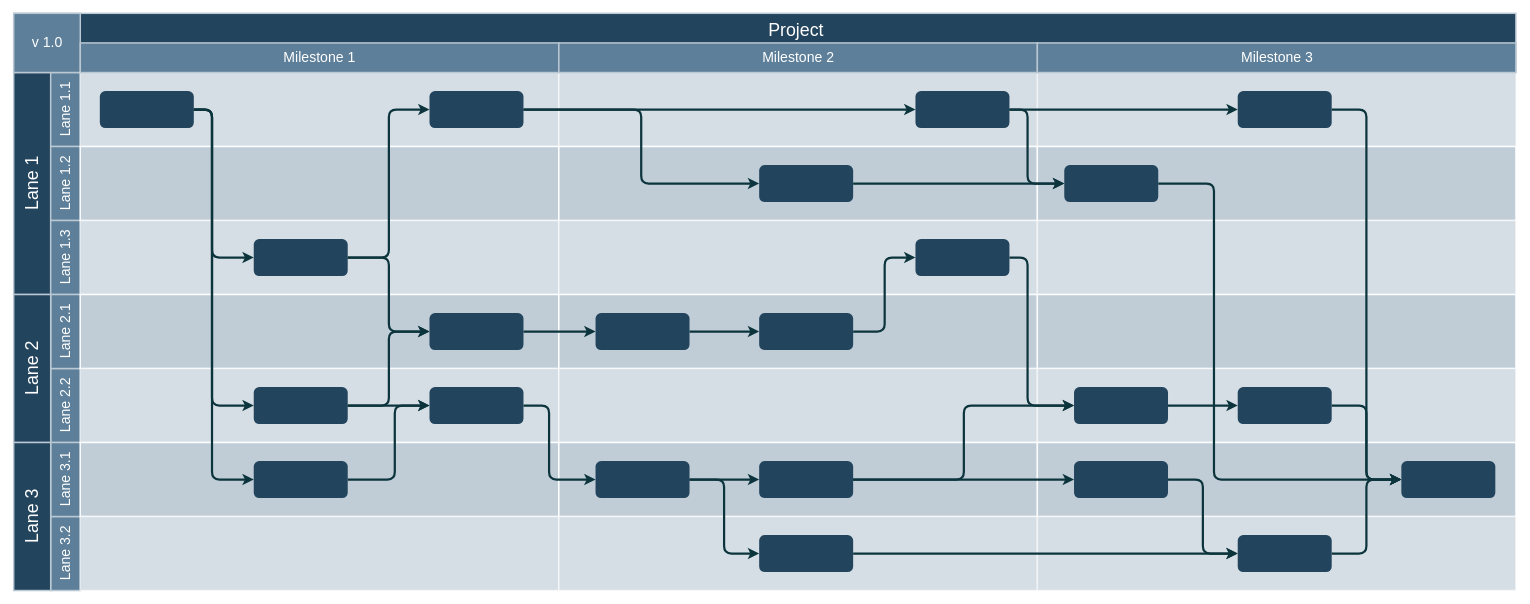
Before: Untitled Diagram.drawio in aamccormack/diagram, a draw.io diagram. Source tidied: cells renumbered, new cells numbered last; positions are measured from the earlier drawing's top-left corner, leaving out a move shared by most shapes. Both pictures are drawn from the tidied source at 74%, with x=0, y=0 at pixel (13, 13).
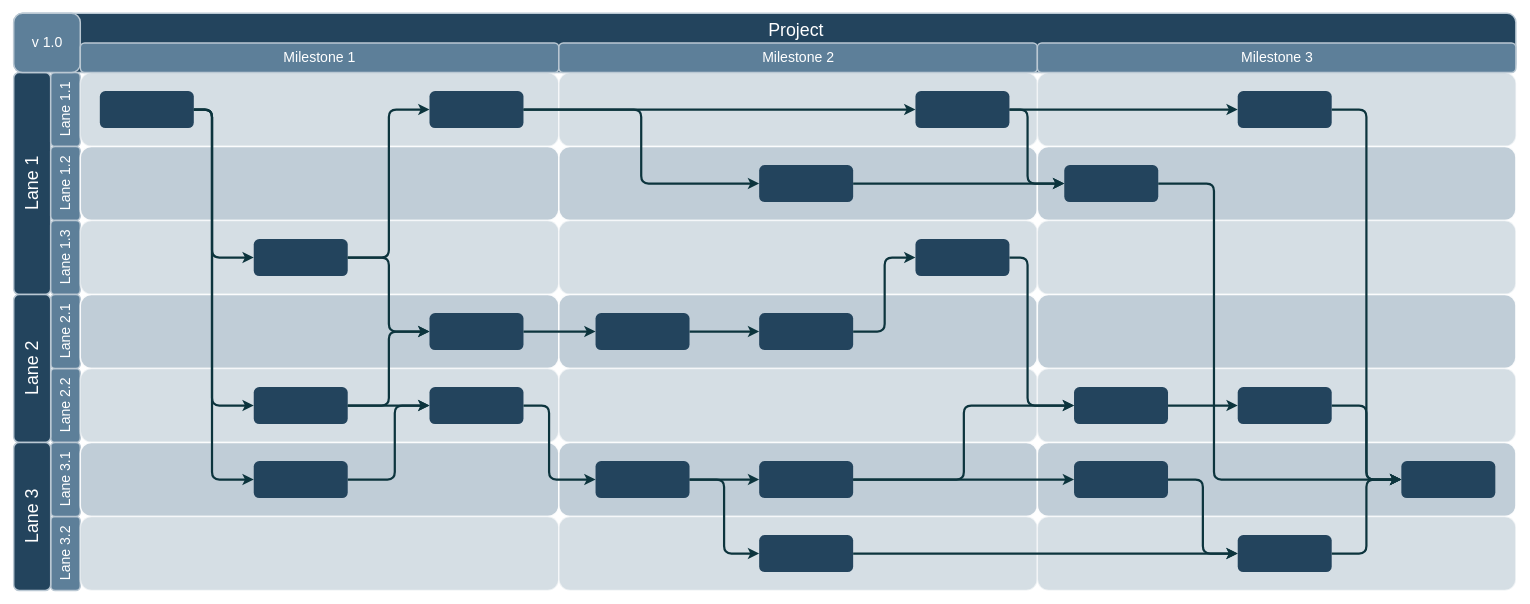
The same page after the edit.

Commit message:
edit test to see if automatic commits work

What changed in the source:
```diff
@@
-    <mxCell id="2" value="Project&#10;" style="strokeColor=#BAC8D3;fillColor=#23445D;fontSize=24;strokeWidth=2;fontFamily=Helvetica;html=1;fontColor=#FFFFFF;fontStyle=0;spacingBottom=8;spacingRight=0;spacingLeft=83;" parent="1" vertex="1">
+    <mxCell id="2" value="Project&#10;" style="strokeColor=#BAC8D3;fillColor=#23445D;fontSize=24;strokeWidth=2;fontFamily=Helvetica;html=1;fontColor=#FFFFFF;fontStyle=0;spacingBottom=8;spacingRight=0;spacingLeft=83;rounded=1;" parent="1" vertex="1">
       <mxGeometry y="0.5" width="2030" height="80" as="geometry" />
     </mxCell>
-    <mxCell id="3" value="Lane 1" style="strokeColor=#BAC8D3;fillColor=#23445D;fontSize=24;strokeWidth=2;horizontal=0;fontFamily=Helvetica;html=1;fontColor=#FFFFFF;fontStyle=0;" parent="1" vertex="1">
+    <mxCell id="3" value="Lane 1" style="strokeColor=#BAC8D3;fillColor=#23445D;fontSize=24;strokeWidth=2;horizontal=0;fontFamily=Helvetica;html=1;fontColor=#FFFFFF;fontStyle=0;rounded=1;" parent="1" vertex="1">
       <mxGeometry y="80.5" width="50" height="300" as="geometry" />
     </mxCell>
-    <mxCell id="4" value="Lane 1.1" style="strokeColor=#BAC8D3;fillColor=#5d7f99;fontSize=19;strokeWidth=2;horizontal=0;fontFamily=Helvetica;html=1;labelBackgroundColor=none;fontColor=#FFFFFF;" parent="1" vertex="1">
+    <mxCell id="4" value="Lane 1.1" style="strokeColor=#BAC8D3;fillColor=#5d7f99;fontSize=19;strokeWidth=2;horizontal=0;fontFamily=Helvetica;html=1;labelBackgroundColor=none;fontColor=#FFFFFF;rounded=1;" parent="1" vertex="1">
       <mxGeometry x="50" y="80.5" width="40" height="100" as="geometry" />
     </mxCell>
-    <mxCell id="5" value="v 1.0" style="strokeColor=#BAC8D3;fillColor=#5d7f99;fontSize=19;strokeWidth=2;fontFamily=Helvetica;html=1;labelBackgroundColor=none;fontColor=#FFFFFF;" parent="1" vertex="1">
+    <mxCell id="5" value="v 1.0" style="strokeColor=#BAC8D3;fillColor=#5d7f99;fontSize=19;strokeWidth=2;fontFamily=Helvetica;html=1;labelBackgroundColor=none;fontColor=#FFFFFF;rounded=1;" parent="1" vertex="1">
       <mxGeometry y="0.5" width="90" height="80" as="geometry" />
     </mxCell>
-    <mxCell id="6" value="Lane 1.2" style="strokeColor=#BAC8D3;fillColor=#5d7f99;fontSize=19;strokeWidth=2;horizontal=0;fontFamily=Helvetica;html=1;labelBackgroundColor=none;fontColor=#FFFFFF;" parent="1" vertex="1">
+    <mxCell id="6" value="Lane 1.2" style="strokeColor=#BAC8D3;fillColor=#5d7f99;fontSize=19;strokeWidth=2;horizontal=0;fontFamily=Helvetica;html=1;labelBackgroundColor=none;fontColor=#FFFFFF;rounded=1;" parent="1" vertex="1">
       <mxGeometry x="50" y="180.5" width="40" height="100" as="geometry" />
     </mxCell>
-    <mxCell id="7" value="Lane 1.3" style="strokeColor=#BAC8D3;fillColor=#5d7f99;fontSize=19;strokeWidth=2;horizontal=0;fontFamily=Helvetica;html=1;labelBackgroundColor=none;fontColor=#FFFFFF;" parent="1" vertex="1">
+    <mxCell id="7" value="Lane 1.3" style="strokeColor=#BAC8D3;fillColor=#5d7f99;fontSize=19;strokeWidth=2;horizontal=0;fontFamily=Helvetica;html=1;labelBackgroundColor=none;fontColor=#FFFFFF;rounded=1;" parent="1" vertex="1">
       <mxGeometry x="50" y="280.5" width="40" height="100" as="geometry" />
     </mxCell>
-    <mxCell id="8" value="Lane 2.2" style="strokeColor=#BAC8D3;fillColor=#5d7f99;fontSize=19;strokeWidth=2;horizontal=0;fontFamily=Helvetica;html=1;labelBackgroundColor=none;fontColor=#FFFFFF;" parent="1" vertex="1">
+    <mxCell id="8" value="Lane 2.2" style="strokeColor=#BAC8D3;fillColor=#5d7f99;fontSize=19;strokeWidth=2;horizontal=0;fontFamily=Helvetica;html=1;labelBackgroundColor=none;fontColor=#FFFFFF;rounded=1;" parent="1" vertex="1">
       <mxGeometry x="50" y="480.5" width="40" height="100" as="geometry" />
     </mxCell>
-    <mxCell id="9" value="Lane 2.1" style="strokeColor=#BAC8D3;fillColor=#5d7f99;fontSize=19;strokeWidth=2;horizontal=0;fontFamily=Helvetica;html=1;labelBackgroundColor=none;fontColor=#FFFFFF;" parent="1" vertex="1">
+    <mxCell id="9" value="Lane 2.1" style="strokeColor=#BAC8D3;fillColor=#5d7f99;fontSize=19;strokeWidth=2;horizontal=0;fontFamily=Helvetica;html=1;labelBackgroundColor=none;fontColor=#FFFFFF;rounded=1;" parent="1" vertex="1">
       <mxGeometry x="50" y="380.5" width="40" height="100" as="geometry" />
     </mxCell>
-    <mxCell id="10" value="Lane 2" style="strokeColor=#BAC8D3;fillColor=#23445D;fontSize=24;strokeWidth=2;horizontal=0;fontFamily=Helvetica;html=1;fontColor=#FFFFFF;fontStyle=0;" parent="1" vertex="1">
+    <mxCell id="10" value="Lane 2" style="strokeColor=#BAC8D3;fillColor=#23445D;fontSize=24;strokeWidth=2;horizontal=0;fontFamily=Helvetica;html=1;fontColor=#FFFFFF;fontStyle=0;rounded=1;" parent="1" vertex="1">
       <mxGeometry y="380.5" width="50" height="200" as="geometry" />
     </mxCell>
-    <mxCell id="11" value="Lane 3.2" style="strokeColor=#BAC8D3;fillColor=#5d7f99;fontSize=19;strokeWidth=2;horizontal=0;fontFamily=Helvetica;html=1;labelBackgroundColor=none;fontColor=#FFFFFF;" parent="1" vertex="1">
+    <mxCell id="11" value="Lane 3.2" style="strokeColor=#BAC8D3;fillColor=#5d7f99;fontSize=19;strokeWidth=2;horizontal=0;fontFamily=Helvetica;html=1;labelBackgroundColor=none;fontColor=#FFFFFF;rounded=1;" parent="1" vertex="1">
       <mxGeometry x="50" y="680.5" width="40" height="100" as="geometry" />
     </mxCell>
-    <mxCell id="12" value="Lane 3.1" style="strokeColor=#BAC8D3;fillColor=#5d7f99;fontSize=19;strokeWidth=2;horizontal=0;fontFamily=Helvetica;html=1;labelBackgroundColor=none;fontColor=#FFFFFF;" parent="1" vertex="1">
+    <mxCell id="12" value="Lane 3.1" style="strokeColor=#BAC8D3;fillColor=#5d7f99;fontSize=19;strokeWidth=2;horizontal=0;fontFamily=Helvetica;html=1;labelBackgroundColor=none;fontColor=#FFFFFF;rounded=1;" parent="1" vertex="1">
       <mxGeometry x="50" y="580.5" width="40" height="100" as="geometry" />
     </mxCell>
-    <mxCell id="13" value="Lane 3" style="strokeColor=#BAC8D3;fillColor=#23445D;fontSize=24;strokeWidth=2;horizontal=0;fontFamily=Helvetica;html=1;fontColor=#FFFFFF;fontStyle=0;" parent="1" vertex="1">
+    <mxCell id="13" value="Lane 3" style="strokeColor=#BAC8D3;fillColor=#23445D;fontSize=24;strokeWidth=2;horizontal=0;fontFamily=Helvetica;html=1;fontColor=#FFFFFF;fontStyle=0;rounded=1;" parent="1" vertex="1">
       <mxGeometry y="580.5" width="50" height="200" as="geometry" />
     </mxCell>
-    <mxCell id="14" style="strokeColor=#FFFFFF;fillColor=#BAC8D3;fontSize=18;strokeWidth=2;fontFamily=Helvetica;html=1;opacity=60;" parent="1" vertex="1">
+    <mxCell id="14" style="strokeColor=#FFFFFF;fillColor=#BAC8D3;fontSize=18;strokeWidth=2;fontFamily=Helvetica;html=1;opacity=60;rounded=1;" parent="1" vertex="1">
       <mxGeometry x="90" y="80.5" width="646.7" height="100" as="geometry" />
     </mxCell>
-    <mxCell id="15" style="strokeColor=#FFFFFF;fillColor=#BAC8D3;fontSize=18;strokeWidth=2;fontFamily=Helvetica;html=1;opacity=90;" parent="1" vertex="1">
+    <mxCell id="15" style="strokeColor=#FFFFFF;fillColor=#BAC8D3;fontSize=18;strokeWidth=2;fontFamily=Helvetica;html=1;opacity=90;rounded=1;" parent="1" vertex="1">
       <mxGeometry x="90" y="180.5" width="646.7" height="100" as="geometry" />
     </mxCell>
-    <mxCell id="16" style="strokeColor=#FFFFFF;fillColor=#BAC8D3;fontSize=18;strokeWidth=2;fontFamily=Helvetica;html=1;opacity=60;" parent="1" vertex="1">
+    <mxCell id="16" style="strokeColor=#FFFFFF;fillColor=#BAC8D3;fontSize=18;strokeWidth=2;fontFamily=Helvetica;html=1;opacity=60;rounded=1;" parent="1" vertex="1">
       <mxGeometry x="90" y="280.5" width="646.7" height="100" as="geometry" />
     </mxCell>
-    <mxCell id="17" style="strokeColor=#FFFFFF;fillColor=#BAC8D3;fontSize=18;strokeWidth=2;fontFamily=Helvetica;html=1;opacity=90;" parent="1" vertex="1">
+    <mxCell id="17" style="strokeColor=#FFFFFF;fillColor=#BAC8D3;fontSize=18;strokeWidth=2;fontFamily=Helvetica;html=1;opacity=90;rounded=1;" parent="1" vertex="1">
       <mxGeometry x="90" y="380.5" width="646.7" height="100" as="geometry" />
     </mxCell>
-    <mxCell id="18" style="strokeColor=#FFFFFF;fillColor=#BAC8D3;fontSize=18;strokeWidth=2;fontFamily=Helvetica;html=1;opacity=60;" parent="1" vertex="1">
+    <mxCell id="18" style="strokeColor=#FFFFFF;fillColor=#BAC8D3;fontSize=18;strokeWidth=2;fontFamily=Helvetica;html=1;opacity=60;rounded=1;" parent="1" vertex="1">
       <mxGeometry x="90" y="480.5" width="646.7" height="100" as="geometry" />
     </mxCell>
-    <mxCell id="19" style="strokeColor=#FFFFFF;fillColor=#BAC8D3;fontSize=18;strokeWidth=2;fontFamily=Helvetica;html=1;opacity=90;" parent="1" vertex="1">
+    <mxCell id="19" style="strokeColor=#FFFFFF;fillColor=#BAC8D3;fontSize=18;strokeWidth=2;fontFamily=Helvetica;html=1;opacity=90;rounded=1;" parent="1" vertex="1">
       <mxGeometry x="90" y="580.5" width="646.7" height="100" as="geometry" />
     </mxCell>
-    <mxCell id="20" style="strokeColor=#FFFFFF;fillColor=#BAC8D3;fontSize=18;strokeWidth=2;fontFamily=Helvetica;html=1;opacity=60;" parent="1" vertex="1">
+    <mxCell id="20" style="strokeColor=#FFFFFF;fillColor=#BAC8D3;fontSize=18;strokeWidth=2;fontFamily=Helvetica;html=1;opacity=60;rounded=1;" parent="1" vertex="1">
       <mxGeometry x="90" y="680.5" width="646.7" height="100" as="geometry" />
     </mxCell>
-    <mxCell id="21" style="strokeColor=#FFFFFF;fillColor=#BAC8D3;fontSize=18;strokeWidth=2;fontFamily=Helvetica;html=1;opacity=60;" parent="1" vertex="1">
+    <mxCell id="21" style="strokeColor=#FFFFFF;fillColor=#BAC8D3;fontSize=18;strokeWidth=2;fontFamily=Helvetica;html=1;opacity=60;rounded=1;" parent="1" vertex="1">
       <mxGeometry x="736.7" y="80.5" width="647" height="100" as="geometry" />
     </mxCell>
-    <mxCell id="22" style="strokeColor=#FFFFFF;fillColor=#BAC8D3;fontSize=18;strokeWidth=2;fontFamily=Helvetica;html=1;opacity=90;" parent="1" vertex="1">
+    <mxCell id="22" style="strokeColor=#FFFFFF;fillColor=#BAC8D3;fontSize=18;strokeWidth=2;fontFamily=Helvetica;html=1;opacity=90;rounded=1;" parent="1" vertex="1">
       <mxGeometry x="736.7" y="180.5" width="646.7" height="100" as="geometry" />
     </mxCell>
-    <mxCell id="23" style="strokeColor=#FFFFFF;fillColor=#BAC8D3;fontSize=18;strokeWidth=2;fontFamily=Helvetica;html=1;opacity=60;" parent="1" vertex="1">
+    <mxCell id="23" style="strokeColor=#FFFFFF;fillColor=#BAC8D3;fontSize=18;strokeWidth=2;fontFamily=Helvetica;html=1;opacity=60;rounded=1;" parent="1" vertex="1">
       <mxGeometry x="736.7" y="280.5" width="646.7" height="100" as="geometry" />
     </mxCell>
-    <mxCell id="24" style="strokeColor=#FFFFFF;fillColor=#BAC8D3;fontSize=18;strokeWidth=2;fontFamily=Helvetica;html=1;opacity=90;" parent="1" vertex="1">
+    <mxCell id="24" style="strokeColor=#FFFFFF;fillColor=#BAC8D3;fontSize=18;strokeWidth=2;fontFamily=Helvetica;html=1;opacity=90;rounded=1;" parent="1" vertex="1">
       <mxGeometry x="736.7" y="380.5" width="646.7" height="100" as="geometry" />
     </mxCell>
-    <mxCell id="25" style="strokeColor=#FFFFFF;fillColor=#BAC8D3;fontSize=18;strokeWidth=2;fontFamily=Helvetica;html=1;opacity=60;" parent="1" vertex="1">
+    <mxCell id="25" style="strokeColor=#FFFFFF;fillColor=#BAC8D3;fontSize=18;strokeWidth=2;fontFamily=Helvetica;html=1;opacity=60;rounded=1;" parent="1" vertex="1">
       <mxGeometry x="736.7" y="480.5" width="646.7" height="100" as="geometry" />
     </mxCell>
-    <mxCell id="26" style="strokeColor=#FFFFFF;fillColor=#BAC8D3;fontSize=18;strokeWidth=2;fontFamily=Helvetica;html=1;opacity=90;" parent="1" vertex="1">
+    <mxCell id="26" style="strokeColor=#FFFFFF;fillColor=#BAC8D3;fontSize=18;strokeWidth=2;fontFamily=Helvetica;html=1;opacity=90;rounded=1;" parent="1" vertex="1">
       <mxGeometry x="736.7" y="580.5" width="646.7" height="100" as="geometry" />
     </mxCell>
-    <mxCell id="27" style="strokeColor=#FFFFFF;fillColor=#BAC8D3;fontSize=18;strokeWidth=2;fontFamily=Helvetica;html=1;opacity=60;fontStyle=4;" parent="1" vertex="1">
+    <mxCell id="27" style="strokeColor=#FFFFFF;fillColor=#BAC8D3;fontSize=18;strokeWidth=2;fontFamily=Helvetica;html=1;opacity=60;fontStyle=4;rounded=1;" parent="1" vertex="1">
       <mxGeometry x="736.7" y="680.5" width="646.7" height="100" as="geometry" />
     </mxCell>
-    <mxCell id="28" style="strokeColor=#FFFFFF;fillColor=#BAC8D3;fontSize=18;strokeWidth=2;fontFamily=Helvetica;html=1;opacity=60;" parent="1" vertex="1">
+    <mxCell id="28" style="strokeColor=#FFFFFF;fillColor=#BAC8D3;fontSize=18;strokeWidth=2;fontFamily=Helvetica;html=1;opacity=60;rounded=1;" parent="1" vertex="1">
       <mxGeometry x="1383.3" y="80.5" width="647" height="100" as="geometry" />
     </mxCell>
-    <mxCell id="29" style="strokeColor=#FFFFFF;fillColor=#BAC8D3;fontSize=18;strokeWidth=2;fontFamily=Helvetica;html=1;opacity=90;" parent="1" vertex="1">
+    <mxCell id="29" style="strokeColor=#FFFFFF;fillColor=#BAC8D3;fontSize=18;strokeWidth=2;fontFamily=Helvetica;html=1;opacity=90;rounded=1;" parent="1" vertex="1">
       <mxGeometry x="1383.3" y="180.5" width="646.7" height="100" as="geometry" />
     </mxCell>
-    <mxCell id="30" style="strokeColor=#FFFFFF;fillColor=#BAC8D3;fontSize=18;strokeWidth=2;fontFamily=Helvetica;html=1;opacity=60;" parent="1" vertex="1">
+    <mxCell id="30" style="strokeColor=#FFFFFF;fillColor=#BAC8D3;fontSize=18;strokeWidth=2;fontFamily=Helvetica;html=1;opacity=60;rounded=1;" parent="1" vertex="1">
       <mxGeometry x="1383.3" y="280.5" width="646.7" height="100" as="geometry" />
     </mxCell>
-    <mxCell id="31" style="strokeColor=#FFFFFF;fillColor=#BAC8D3;fontSize=18;strokeWidth=2;fontFamily=Helvetica;html=1;opacity=90;" parent="1" vertex="1">
+    <mxCell id="31" style="strokeColor=#FFFFFF;fillColor=#BAC8D3;fontSize=18;strokeWidth=2;fontFamily=Helvetica;html=1;opacity=90;rounded=1;" parent="1" vertex="1">
       <mxGeometry x="1383.3" y="380.5" width="646.7" height="100" as="geometry" />
     </mxCell>
-    <mxCell id="32" style="strokeColor=#FFFFFF;fillColor=#BAC8D3;fontSize=18;strokeWidth=2;fontFamily=Helvetica;html=1;opacity=60;" parent="1" vertex="1">
+    <mxCell id="32" style="strokeColor=#FFFFFF;fillColor=#BAC8D3;fontSize=18;strokeWidth=2;fontFamily=Helvetica;html=1;opacity=60;rounded=1;" parent="1" vertex="1">
       <mxGeometry x="1383.3" y="480.5" width="646.7" height="100" as="geometry" />
     </mxCell>
-    <mxCell id="33" style="strokeColor=#FFFFFF;fillColor=#BAC8D3;fontSize=18;strokeWidth=2;fontFamily=Helvetica;html=1;opacity=90;" parent="1" vertex="1">
+    <mxCell id="33" style="strokeColor=#FFFFFF;fillColor=#BAC8D3;fontSize=18;strokeWidth=2;fontFamily=Helvetica;html=1;opacity=90;rounded=1;" parent="1" vertex="1">
       <mxGeometry x="1383.3" y="580.5" width="646.7" height="100" as="geometry" />
     </mxCell>
-    <mxCell id="34" style="strokeColor=#FFFFFF;fillColor=#BAC8D3;fontSize=18;strokeWidth=2;fontFamily=Helvetica;html=1;opacity=60;fontStyle=4;" parent="1" vertex="1">
+    <mxCell id="34" style="strokeColor=#FFFFFF;fillColor=#BAC8D3;fontSize=18;strokeWidth=2;fontFamily=Helvetica;html=1;opacity=60;fontStyle=4;rounded=1;" parent="1" vertex="1">
       <mxGeometry x="1383.3" y="680.5" width="646.7" height="100" as="geometry" />
     </mxCell>
@@
-    <mxCell id="86" style="group;" parent="1" vertex="1">
+    <mxCell id="86" style="group;rounded=1;" parent="1" vertex="1">
       <mxGeometry x="90" y="40.5" width="646.7" height="40" as="geometry" />
     </mxCell>
-    <mxCell id="87" value="Milestone 1" style="strokeColor=#BAC8D3;fillColor=#5d7f99;fontSize=19;strokeWidth=2;fontFamily=Helvetica;html=1;labelBackgroundColor=none;fontColor=#FFFFFF;" parent="86" vertex="1">
+    <mxCell id="87" value="Milestone 1" style="strokeColor=#BAC8D3;fillColor=#5d7f99;fontSize=19;strokeWidth=2;fontFamily=Helvetica;html=1;labelBackgroundColor=none;fontColor=#FFFFFF;rounded=1;" parent="86" vertex="1">
       <mxGeometry width="646.7" height="40" as="geometry" />
     </mxCell>
-    <mxCell id="88" value="Milestone 2" style="strokeColor=#BAC8D3;fillColor=#5d7f99;fontSize=19;strokeWidth=2;fontFamily=Helvetica;html=1;labelBackgroundColor=none;fontColor=#FFFFFF;" parent="86" vertex="1">
+    <mxCell id="88" value="Milestone 2" style="strokeColor=#BAC8D3;fillColor=#5d7f99;fontSize=19;strokeWidth=2;fontFamily=Helvetica;html=1;labelBackgroundColor=none;fontColor=#FFFFFF;rounded=1;" parent="86" vertex="1">
       <mxGeometry x="646.7" width="646.7" height="40" as="geometry" />
     </mxCell>
-    <mxCell id="89" value="Milestone 3" style="strokeColor=#BAC8D3;fillColor=#5d7f99;fontSize=19;strokeWidth=2;fontFamily=Helvetica;html=1;labelBackgroundColor=none;fontColor=#FFFFFF;" parent="86" vertex="1">
+    <mxCell id="89" value="Milestone 3" style="strokeColor=#BAC8D3;fillColor=#5d7f99;fontSize=19;strokeWidth=2;fontFamily=Helvetica;html=1;labelBackgroundColor=none;fontColor=#FFFFFF;rounded=1;" parent="86" vertex="1">
       <mxGeometry x="1293.3" width="646.7" height="40" as="geometry" />
     </mxCell>
```
